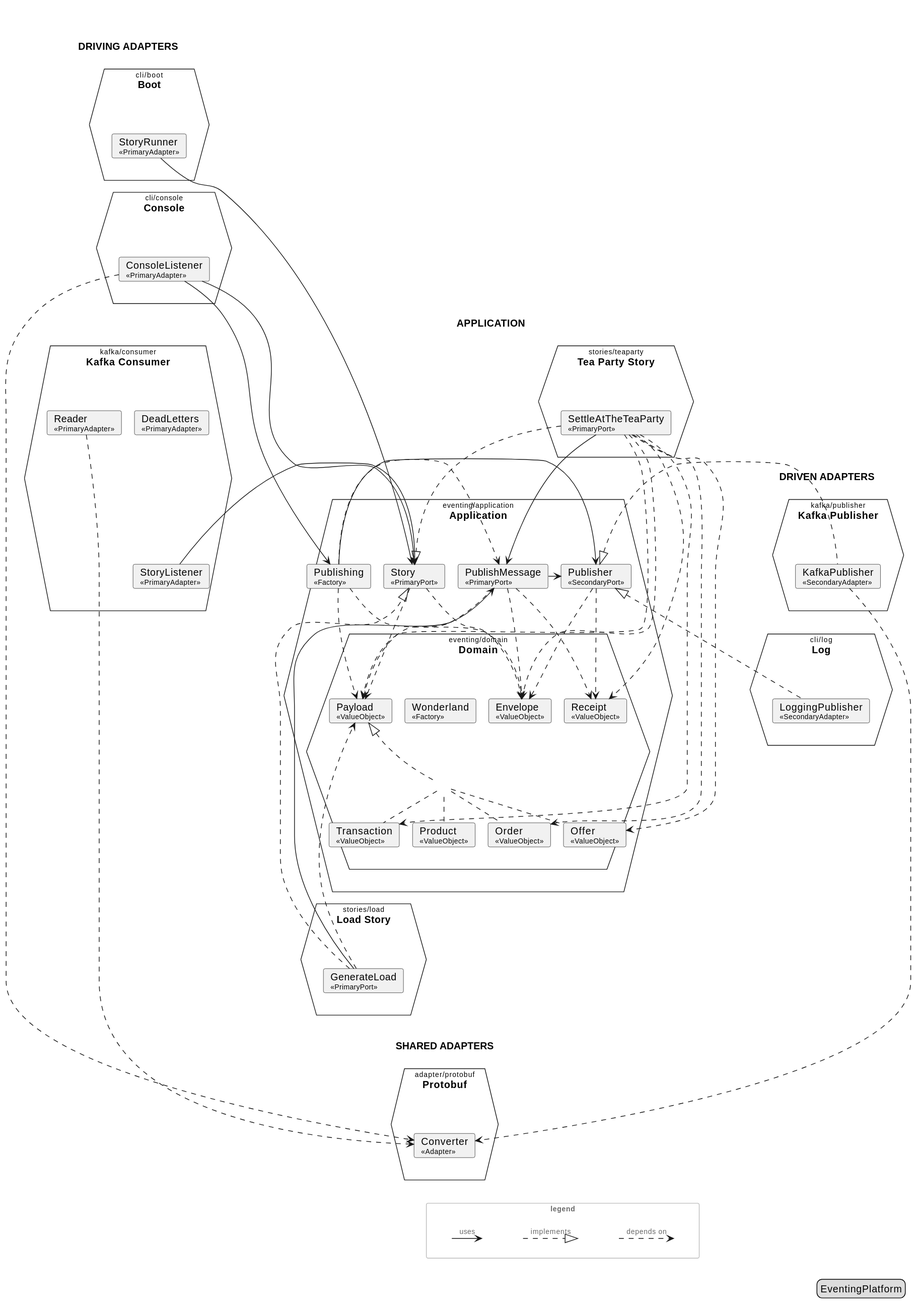
Above: docs/generated/architecture/svg/hexagon.svg in Mathmagicians/confluent-eventing-playground (PlantUML), before the change.
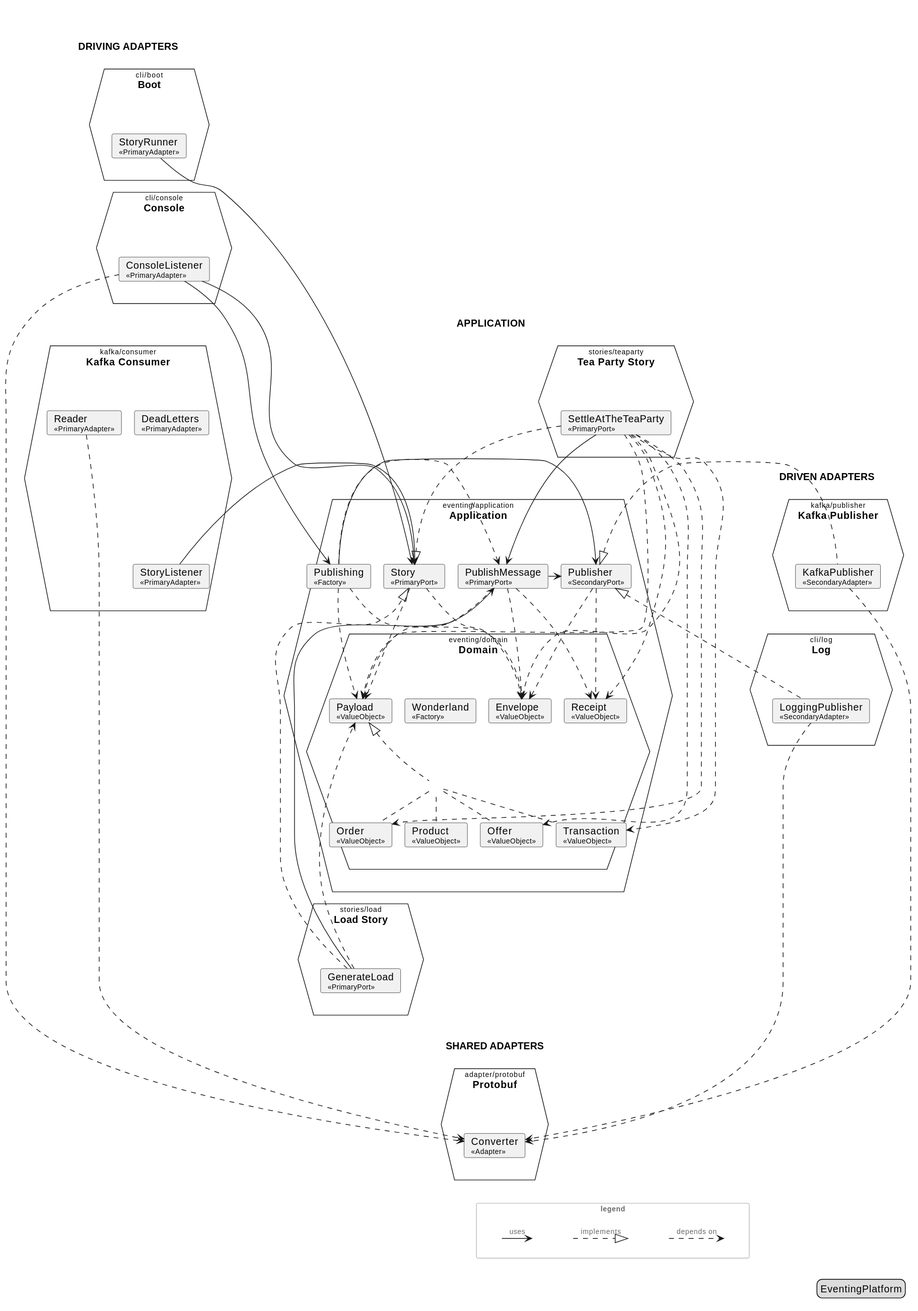
The same diagram one commit later.

Change to the diagram source:
```diff
@@ -152,6 +152,7 @@
 m_Load_Story_GenerateLoad ..|> m_Application_Story
 m_Load_Story_GenerateLoad ..> m_Domain_Payload
 m_Log_LoggingPublisher .left.|> m_Application_Publisher
+m_Log_LoggingPublisher .[norank].> m_Protobuf_Converter
 m_Tea_Party_Story_SettleAtTheTeaParty --> m_Application_PublishMessage
 m_Tea_Party_Story_SettleAtTheTeaParty ..|> m_Application_Story
 m_Tea_Party_Story_SettleAtTheTeaParty ..> m_Domain_Envelope
```
